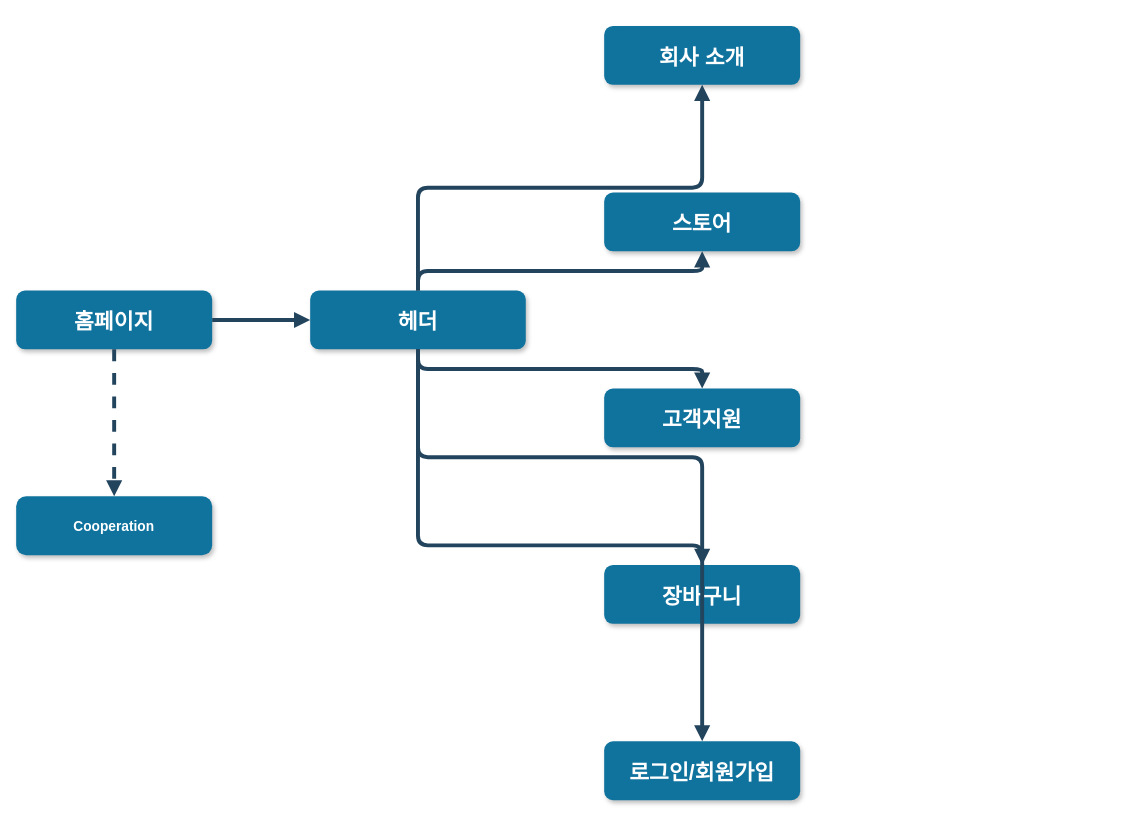
This is 제목 없는 다이어그램.drawio from sam-from-korea/django_lec, a draw.io file, before an edit. Source tidied: cells renumbered, new cells numbered last; positions are measured from the earlier drawing's top-left corner, leaving out a move shared by most shapes. Both pictures are drawn from the tidied source at 98%, with x=0, y=0 at pixel (16, 25).
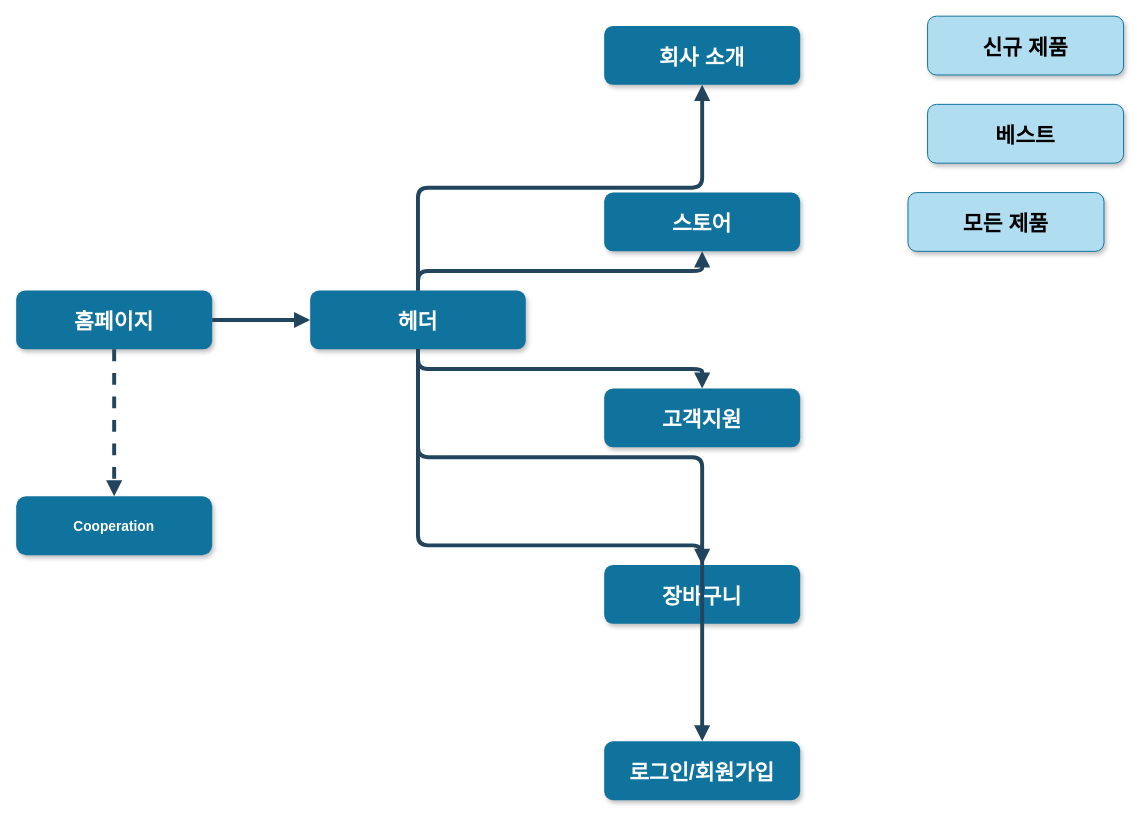
The same page after the edit.

Commit message:
메뉴 구조도

The edit, as a diff of the source:
```diff
@@
+    <mxCell id="17" value="신규 제품" style="rounded=1;fillColor=#b1ddf0;strokeColor=#10739e;shadow=1;fontStyle=1;fontSize=22;" parent="1" vertex="1">
+      <mxGeometry x="930" y="-10" width="200" height="60" as="geometry" />
+    </mxCell>
+    <mxCell id="18" value="베스트" style="rounded=1;fillColor=#b1ddf0;strokeColor=#10739e;shadow=1;fontStyle=1;fontSize=22;" parent="1" vertex="1">
+      <mxGeometry x="930" y="80" width="200" height="60" as="geometry" />
+    </mxCell>
+    <mxCell id="19" value="모든 제품" style="rounded=1;fillColor=#b1ddf0;strokeColor=#10739e;shadow=1;fontStyle=1;fontSize=22;" parent="1" vertex="1">
+      <mxGeometry x="910" y="170" width="200" height="60" as="geometry" />
+    </mxCell>
```
